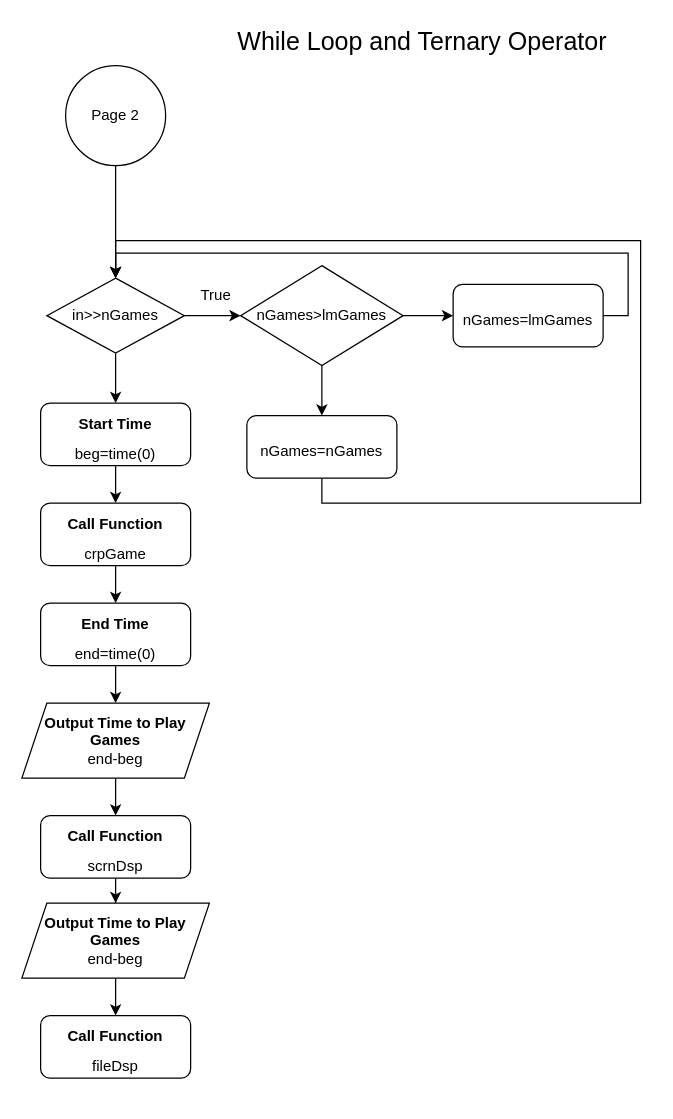
Earlier version of the draw.io diagram page "Page-2" (2 of 7) of Lab/Untitled Diagram.drawio (ce2791334/EnglandCody_CSC17A_49287). Source tidied: cells renumbered, new cells numbered last; positions are measured from the earlier drawing's top-left corner, leaving out a move shared by most shapes. Both pictures are drawn from the tidied source at 125%, with x=0, y=0 at pixel (21, 21).
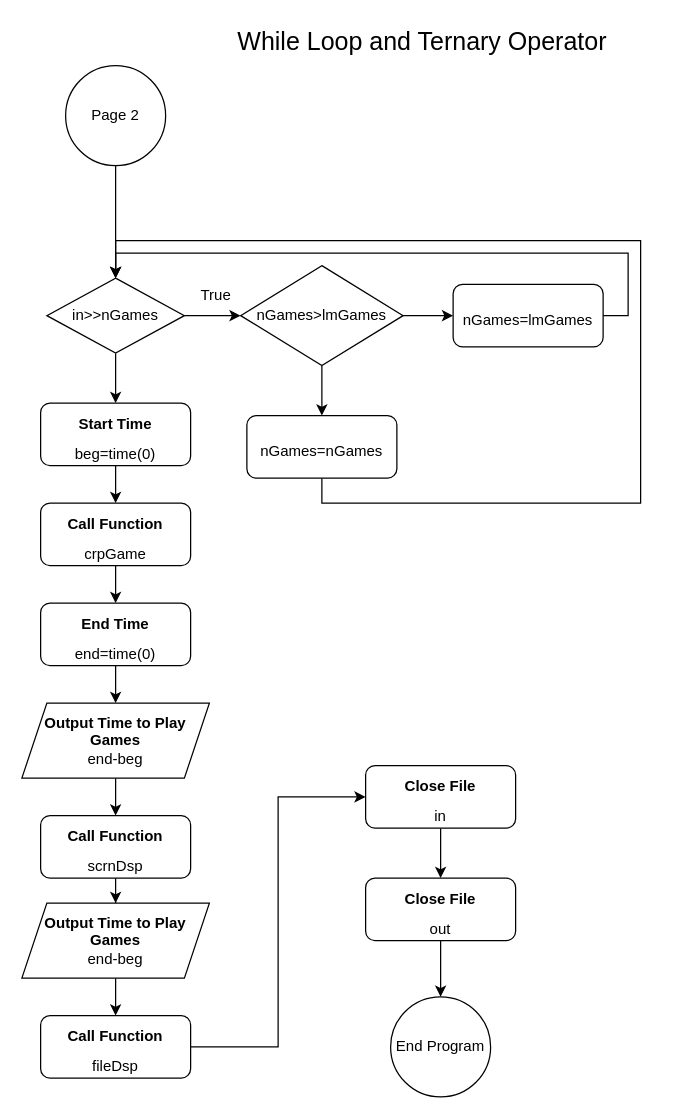
The same diagram, later.

The change refers to these unchanged cells:
```xml
<mxCell id="32" value="&lt;font style=&quot;font-size: 12px&quot;&gt;&lt;b&gt;Call Function&lt;/b&gt;&lt;br&gt;fileDsp&lt;br&gt;&lt;/font&gt;" style="rounded=1;whiteSpace=wrap;html=1;strokeWidth=1;fontSize=20;align=center;" parent="1" vertex="1">
  <mxGeometry x="15" y="795" width="120" height="50" as="geometry" />
</mxCell>
```

The edit, as a diff of the source:
```diff
@@
+    <mxCell id="33" style="edgeStyle=orthogonalEdgeStyle;rounded=0;jettySize=auto;html=1;exitX=1;exitY=0.5;exitDx=0;exitDy=0;entryX=0;entryY=0.5;entryDx=0;entryDy=0;fontSize=12;" parent="1" edge="1" source="32" target="37">
+      <mxGeometry relative="1" as="geometry" />
+    </mxCell>
@@
+    <mxCell id="34" style="edgeStyle=orthogonalEdgeStyle;rounded=0;jettySize=auto;html=1;exitX=0.5;exitY=1;exitDx=0;exitDy=0;entryX=0.5;entryY=0;entryDx=0;entryDy=0;fontSize=12;" parent="1" edge="1" source="35" target="39">
+      <mxGeometry relative="1" as="geometry" />
+    </mxCell>
+    <mxCell id="35" value="&lt;font style=&quot;font-size: 12px&quot;&gt;&lt;b&gt;Close File&lt;br&gt;&lt;/b&gt;out&lt;br&gt;&lt;/font&gt;" style="rounded=1;whiteSpace=wrap;html=1;strokeWidth=1;fontSize=20;align=center;" parent="1" vertex="1">
+      <mxGeometry x="275" y="685" width="120" height="50" as="geometry" />
+    </mxCell>
+    <mxCell id="36" style="edgeStyle=orthogonalEdgeStyle;rounded=0;jettySize=auto;html=1;exitX=0.5;exitY=1;exitDx=0;exitDy=0;fontSize=12;" parent="1" edge="1" source="37" target="35">
+      <mxGeometry relative="1" as="geometry" />
+    </mxCell>
+    <mxCell id="37" value="&lt;font style=&quot;font-size: 12px&quot;&gt;&lt;b&gt;Close File&lt;br&gt;&lt;/b&gt;in&lt;br&gt;&lt;/font&gt;" style="rounded=1;whiteSpace=wrap;html=1;strokeWidth=1;fontSize=20;align=center;" parent="1" vertex="1">
+      <mxGeometry x="275" y="595" width="120" height="50" as="geometry" />
+    </mxCell>
+    <mxCell id="38" style="edgeStyle=orthogonalEdgeStyle;rounded=0;orthogonalLoop=1;jettySize=auto;html=1;exitX=0.5;exitY=1;exitDx=0;exitDy=0;fontSize=12;" parent="1" edge="1" source="37" target="37">
+      <mxGeometry relative="1" as="geometry" />
+    </mxCell>
+    <mxCell id="39" value="End Program" style="ellipse;whiteSpace=wrap;html=1;strokeWidth=1;fontSize=12;" parent="1" vertex="1">
+      <mxGeometry x="295" y="780" width="80" height="80" as="geometry" />
+    </mxCell>
```
